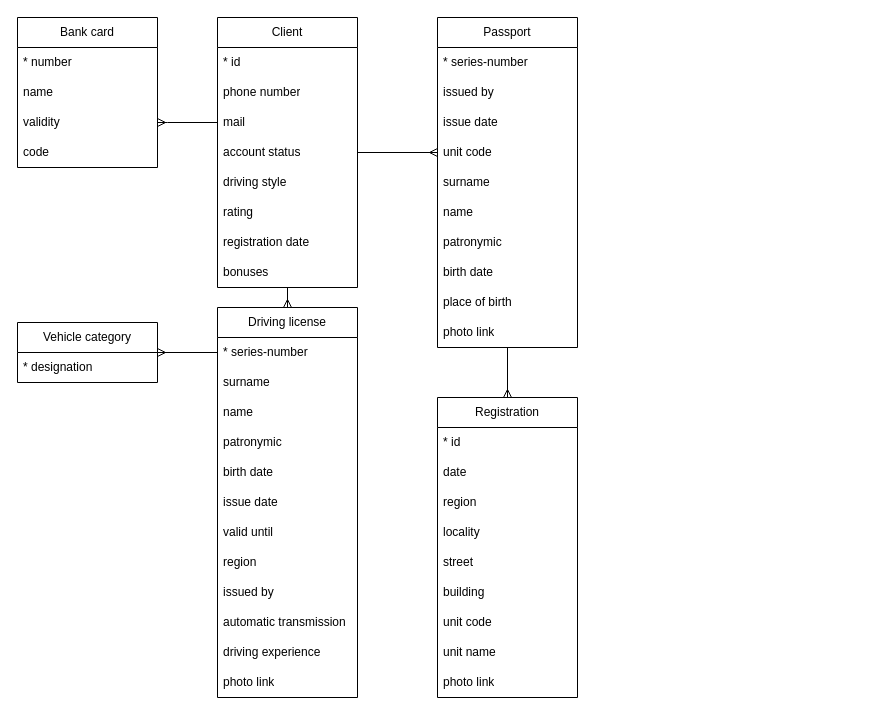
Before: diagrams/relations.drawio in car-sharing-proto/client-db, a draw.io diagram. Source tidied: cells renumbered, new cells numbered last; positions are measured from the earlier drawing's top-left corner, leaving out a move shared by most shapes. Both pictures are drawn from the tidied source at 100%, with x=0, y=0 at pixel (17, 17).
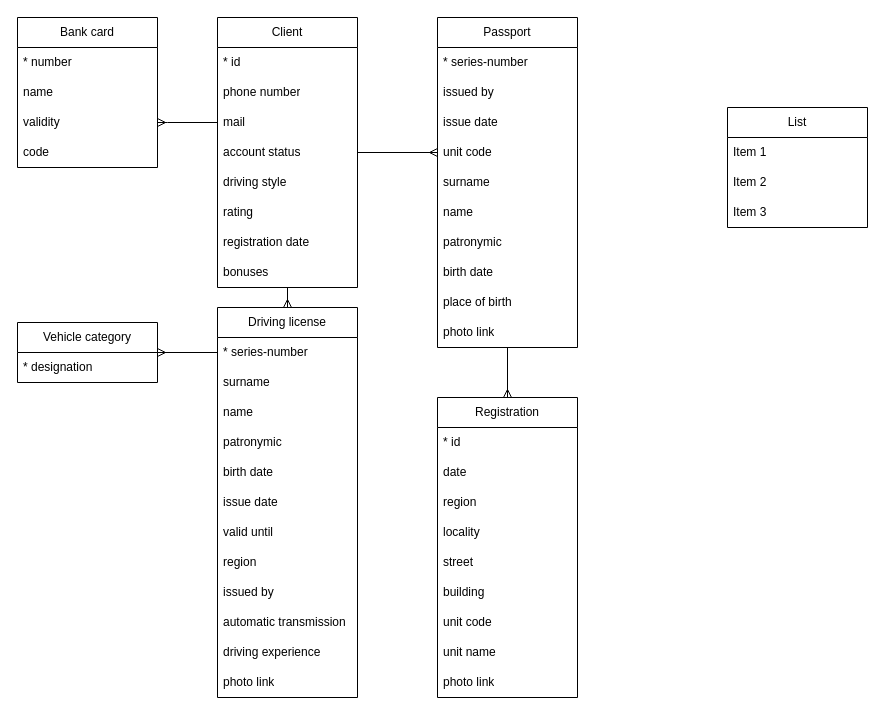
The same diagram, later.

Diff of the diagram source:
```diff
@@
+    <mxCell id="57" value="List" style="swimlane;fontStyle=0;horizontal=1;startSize=30;whiteSpace=wrap;html=1;" parent="1" vertex="1">
+      <mxGeometry x="710" y="90" width="140" height="120" as="geometry" />
+    </mxCell>
+    <mxCell id="58" value="Item 1" style="text;strokeColor=none;fillColor=none;align=left;verticalAlign=middle;spacingLeft=4;spacingRight=4;overflow=hidden;whiteSpace=wrap;html=1;" parent="57" vertex="1">
+      <mxGeometry y="30" width="140" height="30" as="geometry" />
+    </mxCell>
+    <mxCell id="59" value="Item 2" style="text;strokeColor=none;fillColor=none;align=left;verticalAlign=middle;spacingLeft=4;spacingRight=4;overflow=hidden;whiteSpace=wrap;html=1;" parent="57" vertex="1">
+      <mxGeometry y="60" width="140" height="30" as="geometry" />
+    </mxCell>
+    <mxCell id="60" value="Item 3" style="text;strokeColor=none;fillColor=none;align=left;verticalAlign=middle;spacingLeft=4;spacingRight=4;overflow=hidden;whiteSpace=wrap;html=1;" parent="57" vertex="1">
+      <mxGeometry y="90" width="140" height="30" as="geometry" />
+    </mxCell>
```
